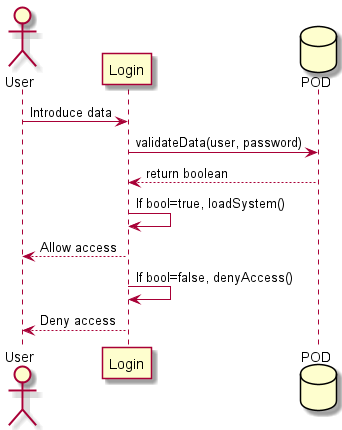
Earlier version of the PlantUML export images/06_login_runtime_view.png (Arquisoft/dede_es6c). Source of this version:
```plantuml
@startuml login
actor User
participant Login
database POD
User -> Login : Introduce data
Login -> POD : validateData(user, password)
POD --> Login : return boolean
Login -> Login : If bool=true, loadSystem()
Login --> User : Allow access
Login -> Login : If bool=false, denyAccess()
Login --> User : Deny access
@enduml
```
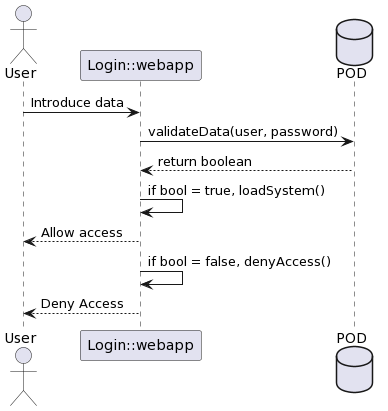
The same file after the commit.

The edit, as a diff of the source:
```diff
@@ -1,12 +1,11 @@
-@startuml login
+@startuml
 actor User
-participant Login
-database POD
-User -> Login : Introduce data
-Login -> POD : validateData(user, password)
-POD --> Login : return boolean
-Login -> Login : If bool=true, loadSystem()
-Login --> User : Allow access
-Login -> Login : If bool=false, denyAccess()
-Login --> User : Deny access
+User -> "Login::webapp" : Introduce data
+Database POD
+"Login::webapp"-> POD: validateData(user, password)
+POD --> "Login::webapp" : return boolean
+"Login::webapp" -> "Login::webapp" : if bool = true, loadSystem()
+"Login::webapp" --> User : Allow access
+"Login::webapp" -> "Login::webapp" : if bool = false, denyAccess()
+"Login::webapp" --> User : Deny Access
 @enduml
```
